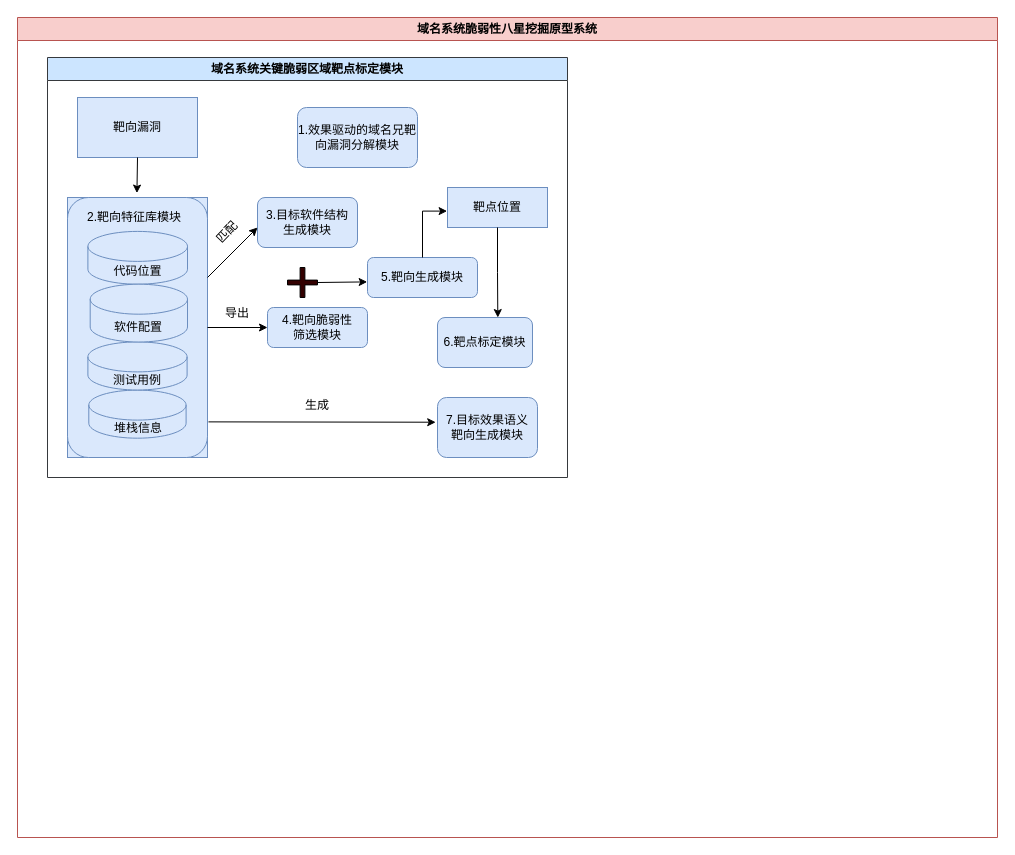
Before: part1.drawio in Norton-Lin/Picture, a draw.io diagram. Source tidied: cells renumbered, new cells numbered last; positions are measured from the earlier drawing's top-left corner, leaving out a move shared by most shapes. Both pictures are drawn from the tidied source at 100%, with x=0, y=0 at pixel (17, 17).
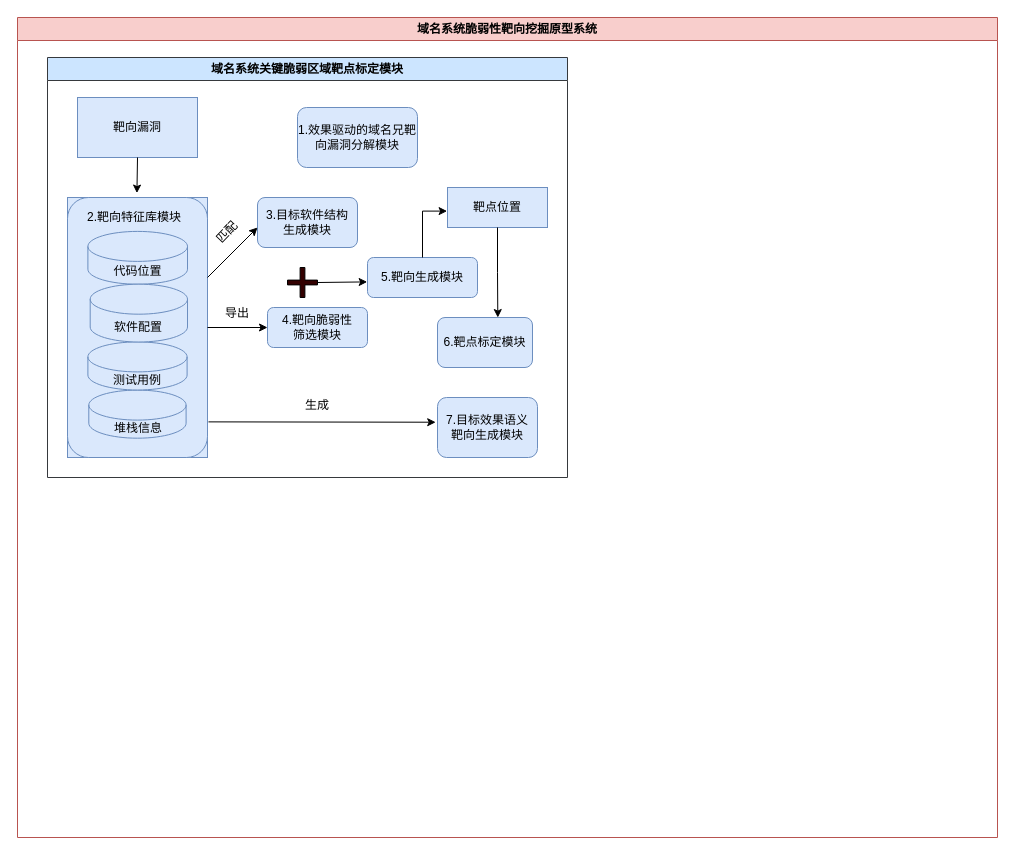
Above is the later version.

The edit, as a diff of the source:
```diff
@@
-    <mxCell id="2" value="域名系统脆弱性八星挖掘原型系统" style="swimlane;whiteSpace=wrap;html=1;fillColor=#f8cecc;strokeColor=#b85450;" parent="1" vertex="1">
+    <mxCell id="2" value="域名系统脆弱性靶向挖掘原型系统" style="swimlane;whiteSpace=wrap;html=1;fillColor=#f8cecc;strokeColor=#b85450;" parent="1" vertex="1">
       <mxGeometry width="980" height="820" as="geometry" />
     </mxCell>
```
